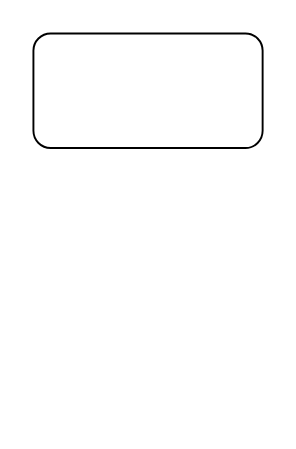
This is 未命名绘图.drawio from JavaDrinking/testRepository, a draw.io file, before an edit. Source tidied: cells renumbered, new cells numbered last; positions are measured from the earlier drawing's top-left corner, leaving out a move shared by most shapes. Both pictures are drawn from the tidied source at 191%, with x=0, y=0 at pixel (32, 32).
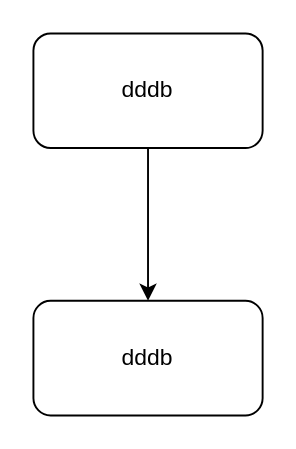
The same diagram, later.

Commit message:
更新未命名绘图.drawio

Diff of the diagram source:
```diff
@@
 <mxGraphModel>
   <root>
     <mxCell id="0" />
     <mxCell id="1" parent="0" />
+    <mxCell id="3" style="edgeStyle=orthogonalEdgeStyle;rounded=0;jettySize=auto;html=1;" parent="1" edge="1" source="2" target="4">
+      <mxGeometry relative="1" as="geometry" />
+    </mxCell>
-    <mxCell id="2" style="rounded=1;whiteSpace=wrap;html=1;" parent="1" vertex="1">
+    <mxCell id="2" value="dddb" style="rounded=1;whiteSpace=wrap;html=1;" parent="1" vertex="1">
       <mxGeometry width="120" height="60" as="geometry" />
     </mxCell>
+    <mxCell id="4" value="dddb" style="rounded=1;whiteSpace=wrap;html=1;" parent="1" vertex="1">
+      <mxGeometry y="140" width="120" height="60" as="geometry" />
+    </mxCell>
   </root>
 </mxGraphModel>
```
